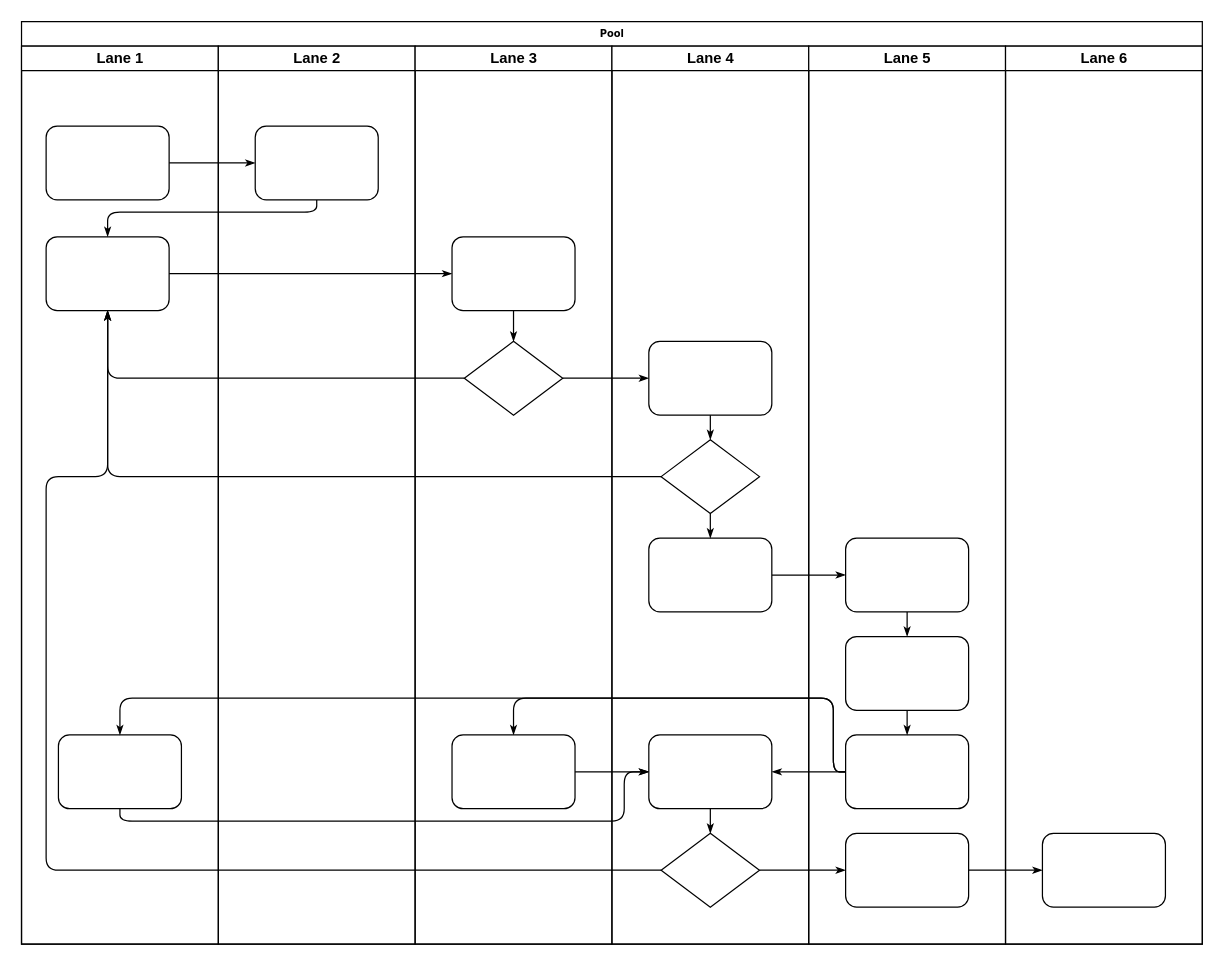
This is Untitled Diagram.drawio from leer0911/draw.io, a draw.io file, before an edit. Source tidied: cells renumbered, new cells numbered last; positions are measured from the earlier drawing's top-left corner, leaving out a move shared by most shapes. Both pictures are drawn from the tidied source at 123%, with x=0, y=0 at pixel (21, 21).
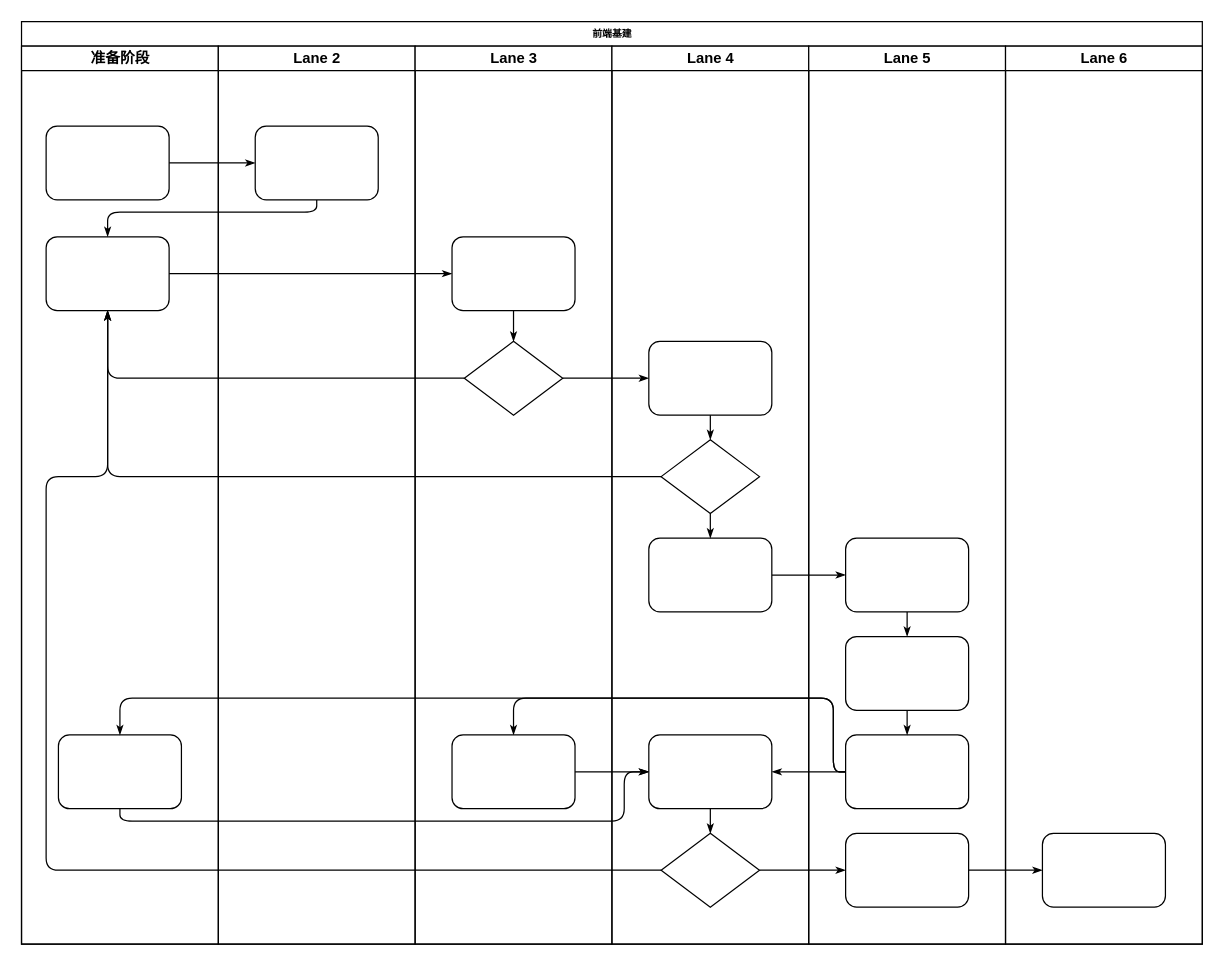
Above is the later version.

What changed in the source:
```diff
@@
-    <mxCell id="2" value="Pool" style="swimlane;html=1;startSize=20;rounded=0;shadow=0;labelBackgroundColor=none;strokeWidth=1;fontFamily=Verdana;fontSize=8;align=center;" parent="1" vertex="1">
+    <mxCell id="2" value="前端基建" style="swimlane;html=1;startSize=20;rounded=0;shadow=0;labelBackgroundColor=none;strokeWidth=1;fontFamily=Verdana;fontSize=8;align=center;" parent="1" vertex="1">
       <mxGeometry width="960" height="750" as="geometry" />
     </mxCell>
-    <mxCell id="3" value="Lane 1" style="swimlane;html=1;startSize=20;" parent="2" vertex="1">
+    <mxCell id="3" value="准备阶段" style="swimlane;html=1;startSize=20;" parent="2" vertex="1">
       <mxGeometry y="20" width="160" height="730" as="geometry" />
     </mxCell>
```
